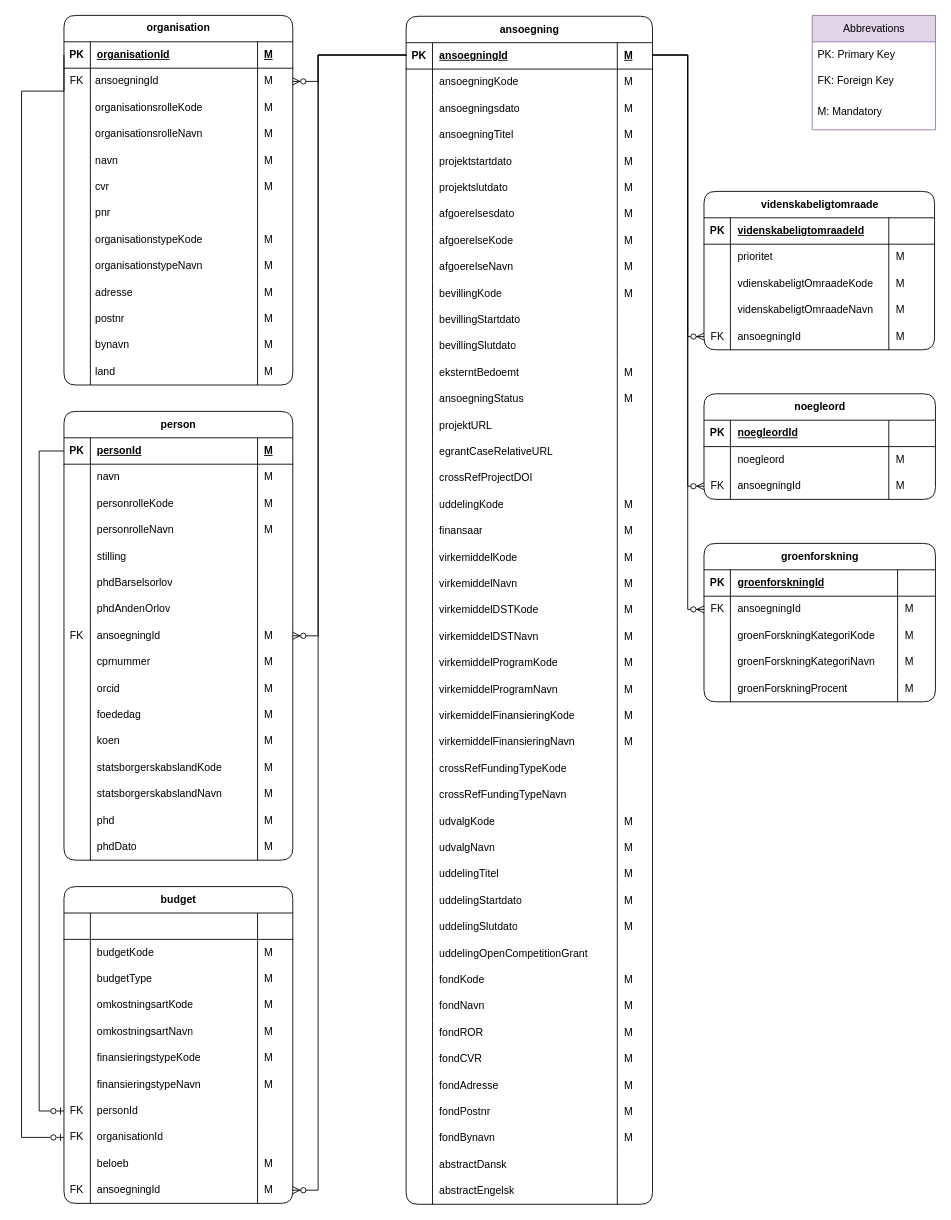
This is page "NY Raw" (4 of 5) of Grants model.drawio from thomas-lange-dk/Grants, a draw.io file, before an edit. Source tidied: cells renumbered, new cells numbered last; positions are measured from the earlier drawing's top-left corner, leaving out a move shared by most shapes. Both pictures are drawn from the tidied source at 88%, with x=0, y=0 at pixel (21, 15).
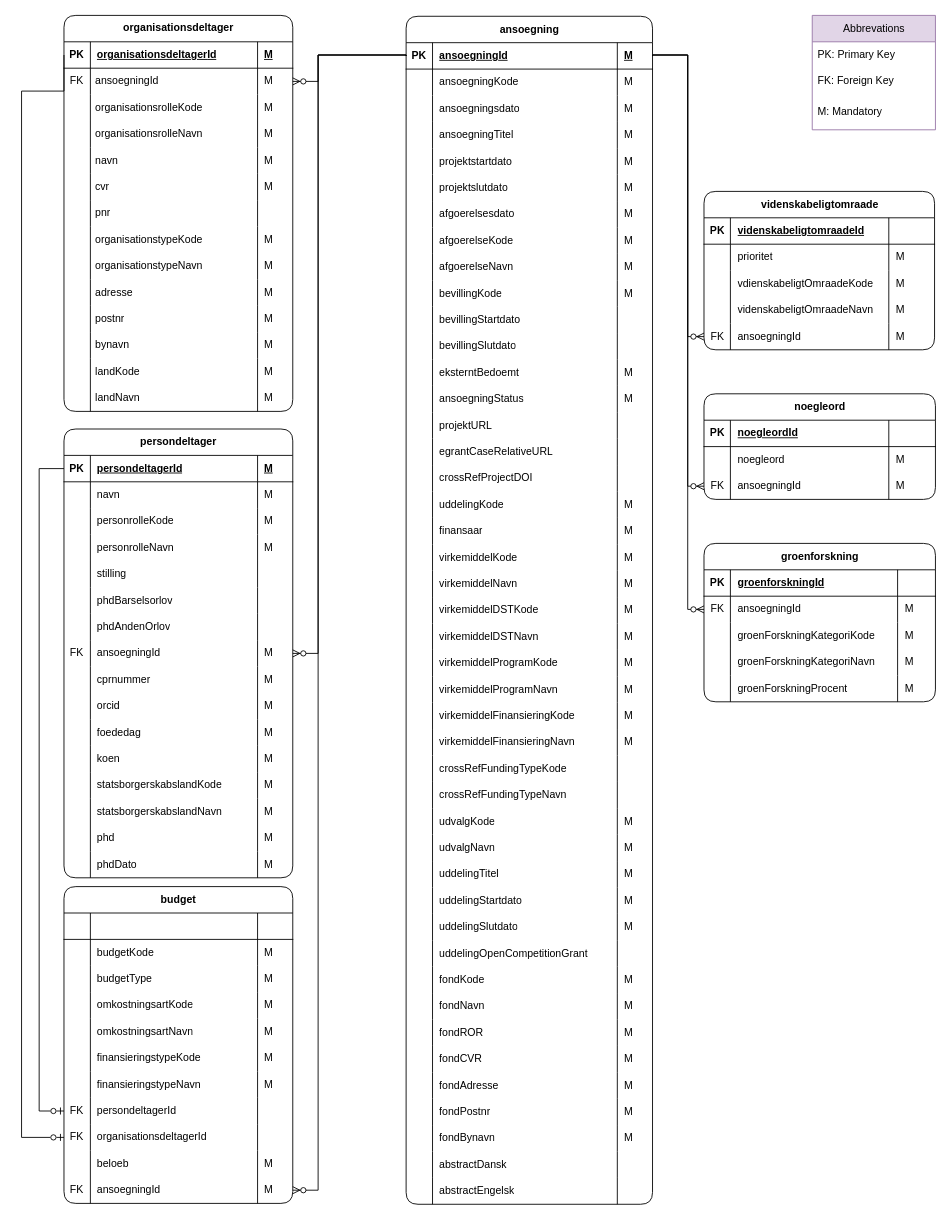
Above is the later version.

The change refers to these unchanged cells:
```xml
<mxCell id="3" style="shape=tableRow;horizontal=0;startSize=0;swimlaneHead=0;swimlaneBody=0;fillColor=none;top=0;left=0;right=0;bottom=1;shadow=0;spacingBottom=0;spacingTop=0;" parent="2" vertex="1">
  <mxGeometry y="30" width="260" height="30" as="geometry" />
</mxCell>
<mxCell id="51" style="shape=tableRow;horizontal=0;startSize=0;swimlaneHead=0;swimlaneBody=0;fillColor=none;top=0;left=0;right=0;bottom=0;shadow=0;spacingBottom=0;spacingTop=0;" parent="2" vertex="1">
  <mxGeometry y="390" width="260" height="30" as="geometry" />
</mxCell>
<mxCell id="96" value="PK" style="shape=partialRectangle;fillColor=none;top=0;left=0;bottom=0;right=0;fontStyle=1;overflow=hidden;whiteSpace=wrap;html=1;shadow=0;" parent="95" vertex="1">
  <mxGeometry width="30" height="30" as="geometry" />
</mxCell>
<mxCell id="272" style="shape=tableRow;horizontal=0;startSize=0;swimlaneHead=0;swimlaneBody=0;fillColor=none;top=0;left=0;right=0;bottom=1;shadow=0;" parent="271" vertex="1">
  <mxGeometry y="30" width="260" height="30" as="geometry" />
</mxCell>
<mxCell id="273" value="PK" style="shape=partialRectangle;fillColor=none;top=0;left=0;bottom=0;right=0;fontStyle=1;overflow=hidden;whiteSpace=wrap;html=1;shadow=0;" parent="272" vertex="1">
  <mxGeometry width="30" height="30" as="geometry" />
</mxCell>
<mxCell id="303" value="M" style="shape=partialRectangle;fillColor=none;top=0;left=0;bottom=0;right=0;align=left;spacingLeft=6;overflow=hidden;whiteSpace=wrap;html=1;shadow=0;" parent="300" vertex="1">
  <mxGeometry x="220" width="40" height="30" as="geometry" />
</mxCell>
<mxCell id="365" style="shape=tableRow;horizontal=0;startSize=0;swimlaneHead=0;swimlaneBody=0;fillColor=none;top=0;left=0;right=0;bottom=0;shadow=0;" parent="336" vertex="1">
  <mxGeometry y="240" width="260" height="30" as="geometry" />
</mxCell>
<mxCell id="366" value="FK" style="shape=partialRectangle;fillColor=none;top=0;left=0;bottom=0;right=0;overflow=hidden;whiteSpace=wrap;html=1;shadow=0;" parent="365" vertex="1">
  <mxGeometry width="30" height="30" as="geometry" />
</mxCell>
<mxCell id="369" style="shape=tableRow;horizontal=0;startSize=0;swimlaneHead=0;swimlaneBody=0;fillColor=none;top=0;left=0;right=0;bottom=0;shadow=0;" parent="336" vertex="1">
  <mxGeometry y="270" width="260" height="30" as="geometry" />
</mxCell>
```

Change to the diagram source:
```diff
@@
-    <mxCell id="2" value="organisation" style="shape=table;startSize=30;childLayout=tableLayout;rowLines=0;fontStyle=1;align=center;html=1;rounded=1;shadow=0;spacing=-3;spacingTop=-3;" parent="1" vertex="1">
-      <mxGeometry x="48.2" width="260" height="420" as="geometry" />
+    <mxCell id="2" value="organisationsdeltager" style="shape=table;startSize=30;childLayout=tableLayout;rowLines=0;fontStyle=1;align=center;html=1;rounded=1;shadow=0;spacing=-3;spacingTop=-3;" parent="1" vertex="1">
+      <mxGeometry x="48.2" width="260" height="450" as="geometry" />
     </mxCell>
@@
-    <mxCell id="5" value="&lt;span style=&quot;text-align: center; text-wrap-mode: nowrap;&quot;&gt;organisation&lt;/span&gt;Id" style="shape=partialRectangle;fillColor=none;top=0;left=0;bottom=0;right=0;align=left;spacingLeft=6;fontStyle=5;overflow=hidden;whiteSpace=wrap;html=1;shadow=0;spacingBottom=0;spacingTop=0;" parent="3" vertex="1">
+    <mxCell id="5" value="&lt;span style=&quot;text-align: center; text-wrap-mode: nowrap;&quot;&gt;organisationsdeltager&lt;/span&gt;Id" style="shape=partialRectangle;fillColor=none;top=0;left=0;bottom=0;right=0;align=left;spacingLeft=6;fontStyle=5;overflow=hidden;whiteSpace=wrap;html=1;shadow=0;spacingBottom=0;spacingTop=0;" parent="3" vertex="1">
       <mxGeometry x="30" width="190" height="30" as="geometry" />
     </mxCell>
@@
-    <mxCell id="53" value="land" style="shape=partialRectangle;fillColor=none;top=0;left=0;bottom=0;right=0;align=left;spacingLeft=6;overflow=hidden;whiteSpace=wrap;html=1;shadow=0;spacing=0;spacingBottom=0;spacingTop=0;verticalAlign=middle;" parent="51" vertex="1">
+    <mxCell id="53" value="landKode" style="shape=partialRectangle;fillColor=none;top=0;left=0;bottom=0;right=0;align=left;spacingLeft=6;overflow=hidden;whiteSpace=wrap;html=1;shadow=0;spacing=0;spacingBottom=0;spacingTop=0;verticalAlign=middle;" parent="51" vertex="1">
       <mxGeometry x="30" width="190" height="30" as="geometry" />
     </mxCell>
@@
+    <mxCell id="409" style="shape=tableRow;horizontal=0;startSize=0;swimlaneHead=0;swimlaneBody=0;fillColor=none;top=0;left=0;right=0;bottom=0;shadow=0;spacingBottom=0;spacingTop=0;" parent="2" vertex="1">
+      <mxGeometry y="420" width="260" height="30" as="geometry" />
+    </mxCell>
+    <mxCell id="410" style="shape=partialRectangle;fillColor=none;top=0;left=0;bottom=0;right=0;overflow=hidden;whiteSpace=wrap;html=1;shadow=0;spacingBottom=0;spacingTop=0;" parent="409" vertex="1">
+      <mxGeometry width="30" height="30" as="geometry" />
+    </mxCell>
+    <mxCell id="411" value="landNavn" style="shape=partialRectangle;fillColor=none;top=0;left=0;bottom=0;right=0;align=left;spacingLeft=6;overflow=hidden;whiteSpace=wrap;html=1;shadow=0;spacing=0;spacingBottom=0;spacingTop=0;verticalAlign=middle;" parent="409" vertex="1">
+      <mxGeometry x="30" width="190" height="30" as="geometry" />
+    </mxCell>
+    <mxCell id="412" value="M" style="shape=partialRectangle;fillColor=none;top=0;left=0;bottom=0;right=0;align=left;spacingLeft=6;overflow=hidden;whiteSpace=wrap;html=1;shadow=0;spacingBottom=0;spacingTop=0;" parent="409" vertex="1">
+      <mxGeometry x="220" width="40" height="30" as="geometry" />
+    </mxCell>
@@
-    <mxCell id="271" value="person" style="shape=table;startSize=30;childLayout=tableLayout;rowLines=0;fontStyle=1;align=center;html=1;shadow=0;rounded=1;" parent="1" vertex="1">
-      <mxGeometry x="48.2" y="450" width="260" height="510" as="geometry" />
+    <mxCell id="271" value="persondeltager" style="shape=table;startSize=30;childLayout=tableLayout;rowLines=0;fontStyle=1;align=center;html=1;shadow=0;rounded=1;" parent="1" vertex="1">
+      <mxGeometry x="48.2" y="470" width="260" height="510" as="geometry" />
     </mxCell>
@@
-    <mxCell id="274" value="&lt;span style=&quot;text-align: center; text-wrap-mode: nowrap;&quot;&gt;person&lt;/span&gt;Id" style="shape=partialRectangle;fillColor=none;top=0;left=0;bottom=0;right=0;align=left;spacingLeft=6;fontStyle=5;overflow=hidden;whiteSpace=wrap;html=1;shadow=0;" parent="272" vertex="1">
+    <mxCell id="274" value="&lt;span style=&quot;text-align: center; text-wrap-mode: nowrap;&quot;&gt;persondeltager&lt;/span&gt;Id" style="shape=partialRectangle;fillColor=none;top=0;left=0;bottom=0;right=0;align=left;spacingLeft=6;fontStyle=5;overflow=hidden;whiteSpace=wrap;html=1;shadow=0;" parent="272" vertex="1">
       <mxGeometry x="30" width="190" height="30" as="geometry" />
     </mxCell>
@@
-    <mxCell id="367" value="personId" style="shape=partialRectangle;fillColor=none;top=0;left=0;bottom=0;right=0;align=left;spacingLeft=6;overflow=hidden;whiteSpace=wrap;html=1;shadow=0;" parent="365" vertex="1">
+    <mxCell id="367" value="persondeltagerId" style="shape=partialRectangle;fillColor=none;top=0;left=0;bottom=0;right=0;align=left;spacingLeft=6;overflow=hidden;whiteSpace=wrap;html=1;shadow=0;" parent="365" vertex="1">
       <mxGeometry x="30" width="190" height="30" as="geometry" />
     </mxCell>
@@
-    <mxCell id="371" value="organisationId" style="shape=partialRectangle;fillColor=none;top=0;left=0;bottom=0;right=0;align=left;spacingLeft=6;overflow=hidden;whiteSpace=wrap;html=1;shadow=0;" parent="369" vertex="1">
+    <mxCell id="371" value="organisationsdeltagerId" style="shape=partialRectangle;fillColor=none;top=0;left=0;bottom=0;right=0;align=left;spacingLeft=6;overflow=hidden;whiteSpace=wrap;html=1;shadow=0;" parent="369" vertex="1">
       <mxGeometry x="30" width="190" height="30" as="geometry" />
     </mxCell>
@@
     <mxCell id="382" style="fontSize=12;html=1;endArrow=ERzeroToMany;endFill=1;rounded=0;shadow=0;edgeStyle=orthogonalEdgeStyle;entryX=1;entryY=0.5;entryDx=0;entryDy=0;exitX=0;exitY=0.5;exitDx=0;exitDy=0;" parent="1" edge="1" source="96" target="303">
       <mxGeometry relative="1" as="geometry">
         <Array as="points">
           <mxPoint x="337" y="45" />
-          <mxPoint x="337" y="705" />
+          <mxPoint x="337" y="725" />
         </Array>
       </mxGeometry>
     </mxCell>
@@
     <mxCell id="384" style="fontSize=12;html=1;endArrow=ERzeroToOne;endFill=0;rounded=0;shadow=0;edgeStyle=orthogonalEdgeStyle;exitX=0;exitY=0.5;exitDx=0;exitDy=0;entryX=0;entryY=0.5;entryDx=0;entryDy=0;" parent="1" edge="1" source="273" target="366">
       <mxGeometry relative="1" as="geometry">
         <Array as="points">
-          <mxPoint x="20" y="495" />
+          <mxPoint x="20" y="515" />
           <mxPoint x="20" y="1245" />
         </Array>
       </mxGeometry>
     </mxCell>
```
